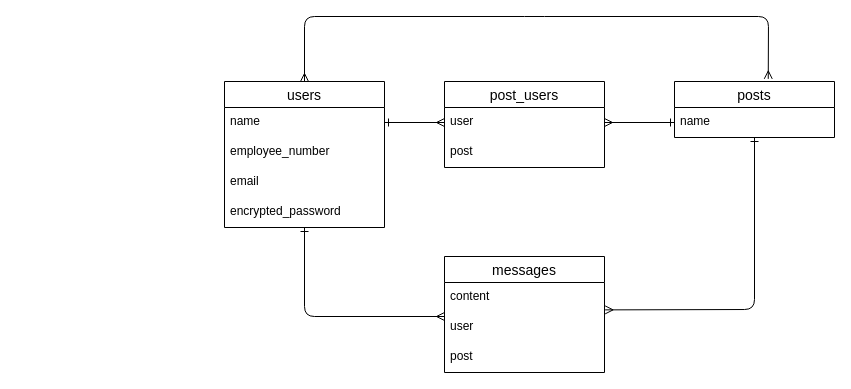
This is bus-schedule-ER.dio from HirokoNagaya/bus-schedule-37808, a draw.io file, before an edit. Source tidied: cells renumbered, new cells numbered last; positions are measured from the earlier drawing's top-left corner, leaving out a move shared by most shapes. Both pictures are drawn from the tidied source at 100%, with x=0, y=0 at pixel (224, 16).
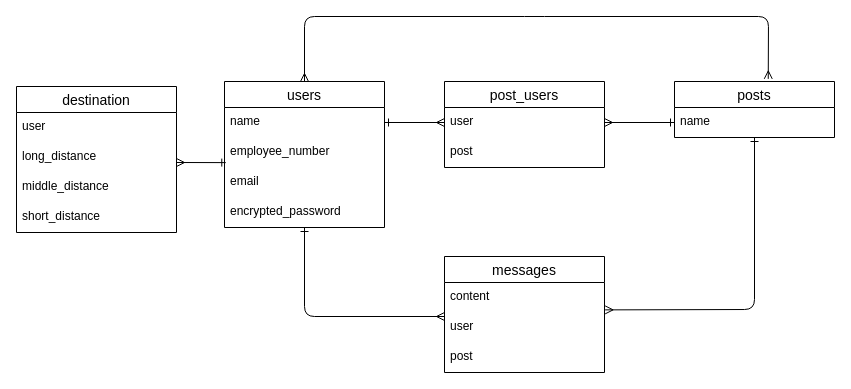
After the change.

The change refers to these unchanged cells:
```xml
<mxCell id="5" value="employee_number" style="text;strokeColor=none;fillColor=none;spacingLeft=4;spacingRight=4;overflow=hidden;points=[[0,0.5],[1,0.5]];portConstraint=eastwest;fontSize=12;" parent="3" vertex="1">
  <mxGeometry y="56" width="160" height="30" as="geometry" />
</mxCell>
```

The edit, as a diff of the source:
```diff
@@
+    <mxCell id="21" value="destination" style="swimlane;fontStyle=0;horizontal=1;startSize=26;align=center;fontSize=14;" parent="1" vertex="1">
+      <mxGeometry x="-208" y="70" width="160" height="146" as="geometry" />
+    </mxCell>
+    <mxCell id="22" value="user" style="text;strokeColor=none;fillColor=none;spacingLeft=4;spacingRight=4;overflow=hidden;fontSize=12;" parent="21" vertex="1">
+      <mxGeometry y="26" width="160" height="30" as="geometry" />
+    </mxCell>
+    <mxCell id="23" value="long_distance" style="text;strokeColor=none;fillColor=none;spacingLeft=4;spacingRight=4;overflow=hidden;fontSize=12;" parent="21" vertex="1">
+      <mxGeometry y="56" width="160" height="30" as="geometry" />
+    </mxCell>
+    <mxCell id="24" value="middle_distance&#10;" style="text;strokeColor=none;fillColor=none;spacingLeft=4;spacingRight=4;overflow=hidden;fontSize=12;" parent="21" vertex="1">
+      <mxGeometry y="86" width="160" height="30" as="geometry" />
+    </mxCell>
+    <mxCell id="25" value="short_distance" style="text;strokeColor=none;fillColor=none;spacingLeft=4;spacingRight=4;overflow=hidden;fontSize=12;" parent="21" vertex="1">
+      <mxGeometry y="116" width="160" height="30" as="geometry" />
+    </mxCell>
+    <mxCell id="26" style="edgeStyle=none;html=1;entryX=0.008;entryY=0.837;entryDx=0;entryDy=0;entryPerimeter=0;startArrow=ERmany;startFill=0;endArrow=ERone;endFill=0;" parent="1" edge="1" target="5">
+      <mxGeometry relative="1" as="geometry">
+        <mxPoint x="-48" y="146" as="sourcePoint" />
+      </mxGeometry>
+    </mxCell>
```
